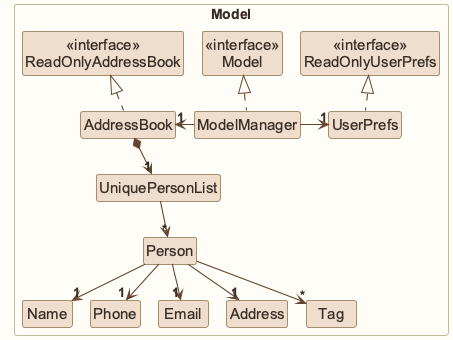
The PlantUML diagram images/ModelClassDiagram.png in AY2627S1-CS2103T-W12-1/tp, before a commit.
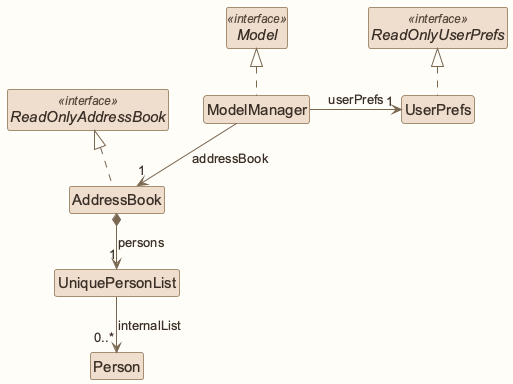
After the change.

What changed in the source:
```diff
@@ -1,42 +1,23 @@
 @startuml
-!pragma layout smetana
 !include style.puml
-skinparam arrowThickness 1.1
-skinparam arrowColor MODEL_COLOR_T4
+skinparam linetype polyline
+skinparam ArrowFontStyle plain
 skinparam classBackgroundColor MODEL_COLOR
-skinparam nodesep 30
+skinparam nodesep 35
 skinparam ranksep 40
-
-package Model as ModelPackage <<Rectangle>> {
-class "<<interface>>\nModel" as Model
-class "<<interface>>\nReadOnlyAddressBook" as ReadOnlyAddressBook
-class "<<interface>>\nReadOnlyUserPrefs" as ReadOnlyUserPrefs
+interface Model <<interface>>
+interface ReadOnlyAddressBook <<interface>>
+interface ReadOnlyUserPrefs <<interface>>
 class ModelManager
 class AddressBook
 class UserPrefs
 class UniquePersonList
 class Person
-class Name
-class Phone
-class Email
-class Address
-class Tag
-}
-
 ModelManager .up.|> Model
 AddressBook .up.|> ReadOnlyAddressBook
 UserPrefs .up.|> ReadOnlyUserPrefs
-ModelManager -left-> "1" AddressBook
-ModelManager -right-> "1" UserPrefs
-AddressBook *-down-> "1" UniquePersonList
-UniquePersonList -down-> "*" Person
-Person -down-> "1" Name
-Person -down-> "1" Phone
-Person -down-> "1" Email
-Person -down-> "1" Address
-Person -down-> "*" Tag
-Name -[hidden]right-> Phone
-Phone -[hidden]right-> Email
-Email -[hidden]right-> Address
-Address -[hidden]right-> Tag
+ModelManager -down-> "1" AddressBook : addressBook
+ModelManager -right-> "1" UserPrefs : userPrefs
+AddressBook *-down-> "1" UniquePersonList : persons
+UniquePersonList -down-> "0..*" Person : internalList
 @enduml
```
